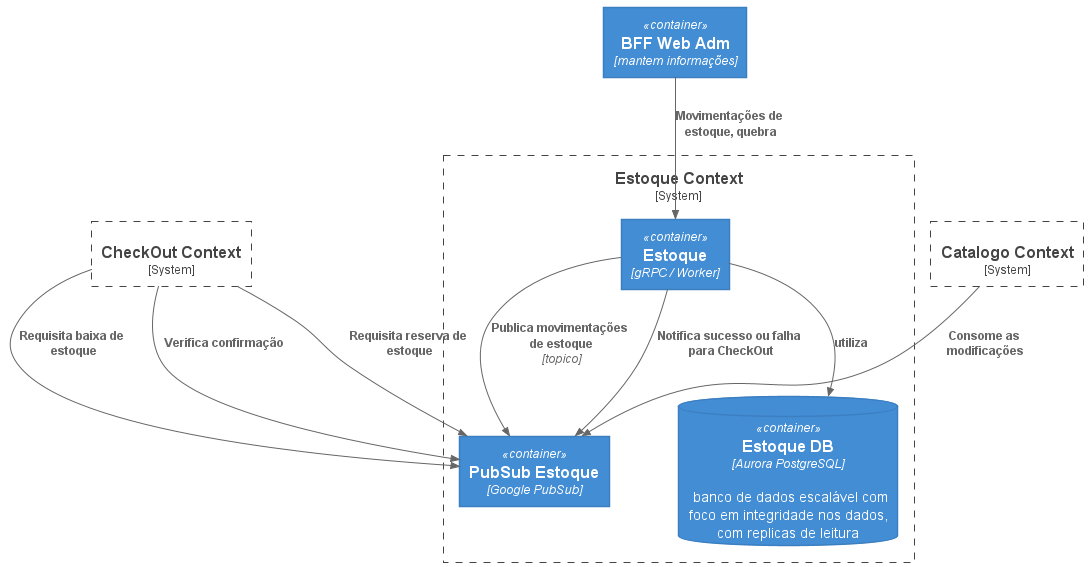
The PlantUML diagram img/EstoqueContext.png in andrearima/infnet-arquitetura-microservicos, before a commit.
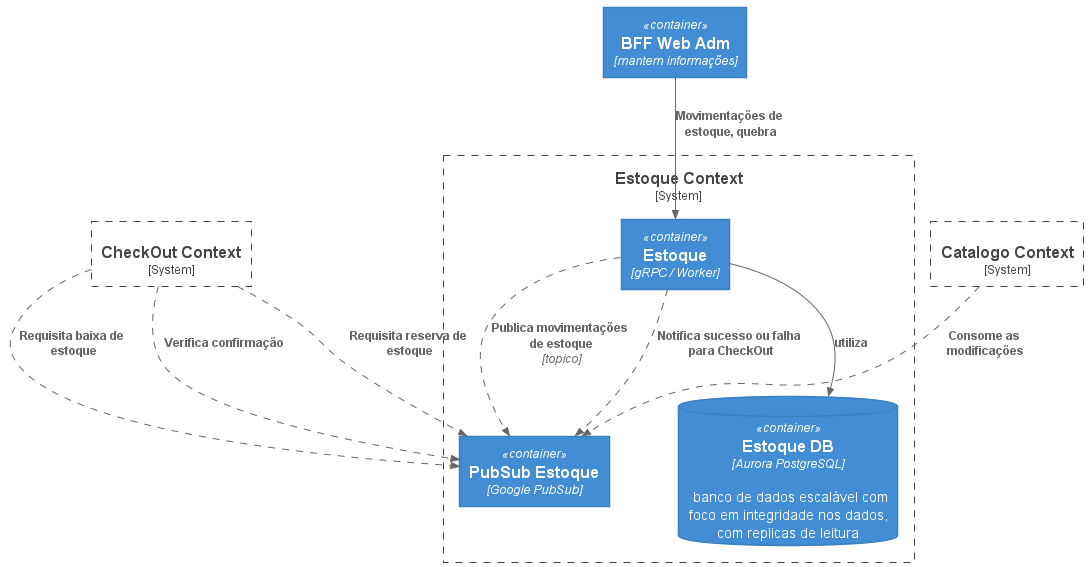
Later version of the same file.

Change to the diagram source:
```diff
@@ -13,18 +13,18 @@
     Container(pubsub, "PubSub Estoque","Google PubSub")
     Rel(bffWebAdm, estoque,"Movimentações de estoque, quebra")
     Container(estoque, "Estoque", "gRPC / Worker"){
-        Rel(estoque, pubsub, "Publica movimentações de estoque","topico")
+        Rel(estoque, pubsub, "Publica movimentações de estoque","topico", $tags="async")
     }
 
     ContainerDb(estoqueDb, "Estoque DB","Aurora PostgreSQL", "banco de dados escalável com foco em integridade nos dados, com replicas de leitura"){
         Rel(estoque, estoqueDb, "utiliza")
     }
 
-    Rel(checkOutContext, pubsub,"Requisita reserva de estoque")
-    Rel(checkOutContext, pubsub,"Requisita baixa de estoque")
-    Rel(checkOutContext, pubsub,"Verifica confirmação")
-    Rel(estoque, pubsub,"Notifica sucesso ou falha para CheckOut")
-    Rel(catalogoContext, pubsub,"Consome as modificações")
+    Rel(checkOutContext, pubsub,"Requisita reserva de estoque", $tags="async")
+    Rel(checkOutContext, pubsub,"Requisita baixa de estoque", $tags="async")
+    Rel(checkOutContext, pubsub,"Verifica confirmação", $tags="async")
+    Rel(estoque, pubsub,"Notifica sucesso ou falha para CheckOut", $tags="async")
+    Rel(catalogoContext, pubsub,"Consome as modificações", $tags="async")
 }
 
 @enduml
```
